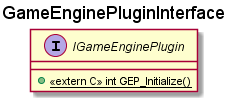
stevostj/Sandbox keeps this PlantUML diagram as GameEnginePlugin/Docs/GameEnginePluginInterface.png. Above is the earlier version.
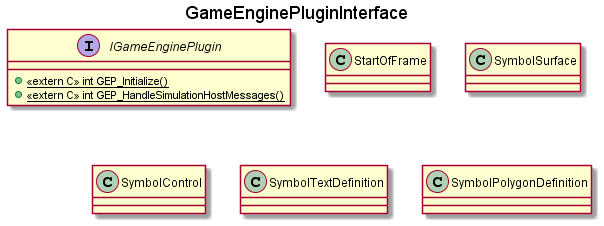
The same diagram one commit later.

What changed in the source:
```diff
@@ -4,6 +4,28 @@
 
 interface "IGameEnginePlugin"  as IGEP {
     + {static} <<extern C>> int GEP_Initialize()
+    + {static} <<extern C>> int GEP_HandleSimulationHostMessages()
+
+}
+
+class "StartOfFrame" {
+
+}
+
+class "SymbolSurface" {
+
+}
+
+class "SymbolControl" {
+
+}
+
+class "SymbolTextDefinition" {
+
+}
+
+class "SymbolPolygonDefinition" {
+
 }
 
 @enduml
```
